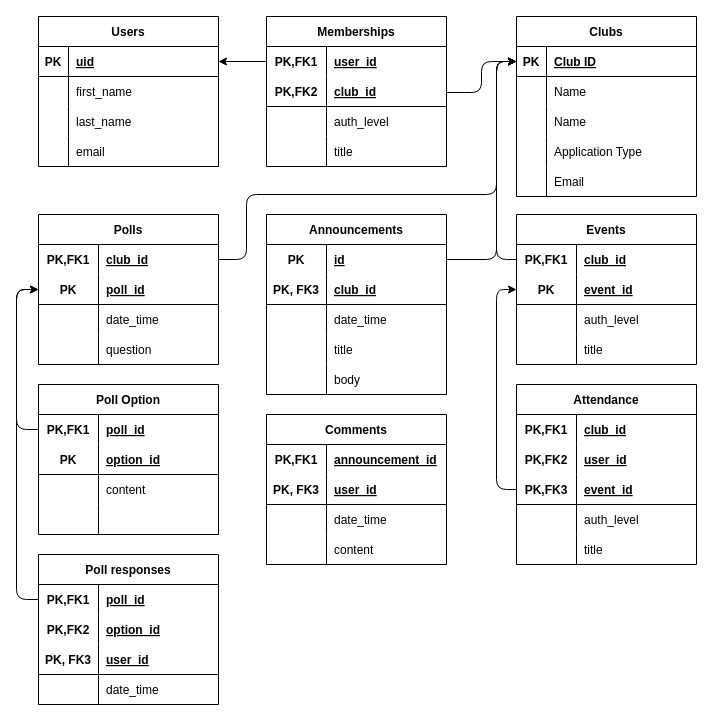
Above: Database.drawio in aniqp/clubhub-app (draw.io), before the change. Source tidied: cells renumbered, new cells numbered last; positions are measured from the earlier drawing's top-left corner, leaving out a move shared by most shapes. Both pictures are drawn from the tidied source at 100%, with x=0, y=0 at pixel (16, 16).
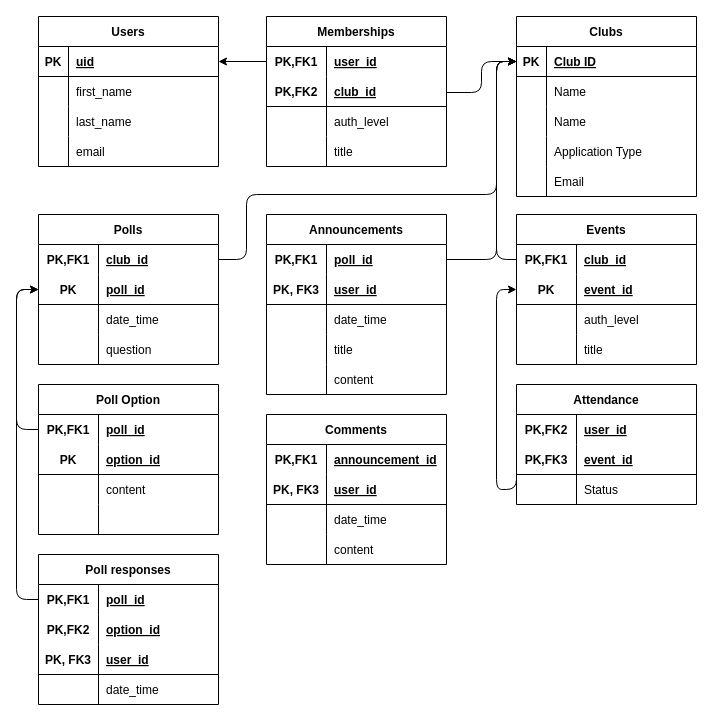
After the change.

Commit message:
Edited attendance table in DB schema wireframe

Unchanged cells that the change refers to:
```xml
<mxCell id="120" style="shape=tableRow;horizontal=0;startSize=0;swimlaneHead=0;swimlaneBody=0;fillColor=none;points=[[0,0.5],[1,0.5]];portConstraint=eastwest;top=0;left=0;right=0;bottom=0;" parent="119" vertex="1">
  <mxGeometry y="30" width="180" height="30" as="geometry" />
</mxCell>
<mxCell id="123" style="shape=tableRow;horizontal=0;startSize=0;swimlaneHead=0;swimlaneBody=0;fillColor=none;top=0;left=0;right=0;bottom=1;" parent="119" vertex="1">
  <mxGeometry y="60" width="180" height="30" as="geometry" />
</mxCell>
<mxCell id="132" style="shape=tableRow;horizontal=0;startSize=0;swimlaneHead=0;swimlaneBody=0;fillColor=none;top=0;left=0;right=0;bottom=0;" parent="119" vertex="1">
  <mxGeometry y="150" width="180" height="30" as="geometry" />
</mxCell>
```

Diff of the diagram source:
```diff
@@
     <mxCell id="59" value="Attendance" style="shape=table;startSize=30;childLayout=tableLayout;rowLines=0;fontStyle=1;align=center;" parent="1" vertex="1">
-      <mxGeometry x="500" y="368" width="180" height="180" as="geometry" />
+      <mxGeometry x="500" y="368" width="180" height="120" as="geometry" />
     </mxCell>
-    <mxCell id="60" style="shape=tableRow;horizontal=0;startSize=0;swimlaneHead=0;swimlaneBody=0;fillColor=none;top=0;left=0;right=0;bottom=0;" parent="59" vertex="1">
-      <mxGeometry y="30" width="180" height="30" as="geometry" />
-    </mxCell>
-    <mxCell id="61" value="PK,FK1" style="shape=partialRectangle;fillColor=none;top=0;left=0;bottom=0;right=0;fontStyle=1;overflow=hidden;" parent="60" vertex="1">
-      <mxGeometry width="60" height="30" as="geometry" />
-    </mxCell>
-    <mxCell id="62" value="club_id" style="shape=partialRectangle;fillColor=none;top=0;left=0;bottom=0;right=0;align=left;spacingLeft=6;fontStyle=5;overflow=hidden;" parent="60" vertex="1">
-      <mxGeometry x="60" width="120" height="30" as="geometry" />
-    </mxCell>
     <mxCell id="63" style="shape=tableRow;horizontal=0;startSize=0;swimlaneHead=0;swimlaneBody=0;fillColor=none;top=0;left=0;right=0;bottom=0;" parent="59" vertex="1">
-      <mxGeometry y="60" width="180" height="30" as="geometry" />
+      <mxGeometry y="30" width="180" height="30" as="geometry" />
     </mxCell>
@@
     <mxCell id="66" style="shape=tableRow;horizontal=0;startSize=0;swimlaneHead=0;swimlaneBody=0;fillColor=none;points=[[0,0.5],[1,0.5]];portConstraint=eastwest;top=0;left=0;right=0;bottom=1;" parent="59" vertex="1">
-      <mxGeometry y="90" width="180" height="30" as="geometry" />
+      <mxGeometry y="60" width="180" height="30" as="geometry" />
     </mxCell>
@@
     <mxCell id="69" style="shape=tableRow;horizontal=0;startSize=0;swimlaneHead=0;swimlaneBody=0;fillColor=none;top=0;left=0;right=0;bottom=0;" parent="59" vertex="1">
-      <mxGeometry y="120" width="180" height="30" as="geometry" />
+      <mxGeometry y="90" width="180" height="30" as="geometry" />
     </mxCell>
@@
-    <mxCell id="71" value="auth_level" style="shape=partialRectangle;fillColor=none;top=0;left=0;bottom=0;right=0;align=left;spacingLeft=6;overflow=hidden;" parent="69" vertex="1">
+    <mxCell id="71" value="Status" style="shape=partialRectangle;fillColor=none;top=0;left=0;bottom=0;right=0;align=left;spacingLeft=6;overflow=hidden;" parent="69" vertex="1">
       <mxGeometry x="60" width="120" height="30" as="geometry" />
     </mxCell>
-    <mxCell id="72" style="shape=tableRow;horizontal=0;startSize=0;swimlaneHead=0;swimlaneBody=0;fillColor=none;top=0;left=0;right=0;bottom=0;" parent="59" vertex="1">
-      <mxGeometry y="150" width="180" height="30" as="geometry" />
-    </mxCell>
-    <mxCell id="73" style="shape=partialRectangle;fillColor=none;top=0;left=0;bottom=0;right=0;overflow=hidden;" parent="72" vertex="1">
-      <mxGeometry width="60" height="30" as="geometry" />
-    </mxCell>
-    <mxCell id="74" value="title" style="shape=partialRectangle;fillColor=none;top=0;left=0;bottom=0;right=0;align=left;spacingLeft=6;overflow=hidden;" parent="72" vertex="1">
-      <mxGeometry x="60" width="120" height="30" as="geometry" />
-    </mxCell>
@@
-    <mxCell id="121" value="PK" style="shape=partialRectangle;fillColor=none;top=0;left=0;bottom=0;right=0;fontStyle=1;overflow=hidden;" parent="120" vertex="1">
+    <mxCell id="121" value="PK,FK1" style="shape=partialRectangle;fillColor=none;top=0;left=0;bottom=0;right=0;fontStyle=1;overflow=hidden;" parent="120" vertex="1">
       <mxGeometry width="60" height="30" as="geometry" />
     </mxCell>
-    <mxCell id="122" value="id" style="shape=partialRectangle;fillColor=none;top=0;left=0;bottom=0;right=0;align=left;spacingLeft=6;fontStyle=5;overflow=hidden;" parent="120" vertex="1">
+    <mxCell id="122" value="poll_id" style="shape=partialRectangle;fillColor=none;top=0;left=0;bottom=0;right=0;align=left;spacingLeft=6;fontStyle=5;overflow=hidden;" parent="120" vertex="1">
       <mxGeometry x="60" width="120" height="30" as="geometry" />
     </mxCell>
@@
-    <mxCell id="125" value="club_id" style="shape=partialRectangle;fillColor=none;top=0;left=0;bottom=0;right=0;align=left;spacingLeft=6;fontStyle=5;overflow=hidden;" parent="123" vertex="1">
+    <mxCell id="125" value="user_id" style="shape=partialRectangle;fillColor=none;top=0;left=0;bottom=0;right=0;align=left;spacingLeft=6;fontStyle=5;overflow=hidden;" parent="123" vertex="1">
       <mxGeometry x="60" width="120" height="30" as="geometry" />
     </mxCell>
@@
-    <mxCell id="134" value="body" style="shape=partialRectangle;fillColor=none;top=0;left=0;bottom=0;right=0;align=left;spacingLeft=6;overflow=hidden;" parent="132" vertex="1">
+    <mxCell id="134" value="content" style="shape=partialRectangle;fillColor=none;top=0;left=0;bottom=0;right=0;align=left;spacingLeft=6;overflow=hidden;" parent="132" vertex="1">
       <mxGeometry x="60" width="120" height="30" as="geometry" />
     </mxCell>
```
